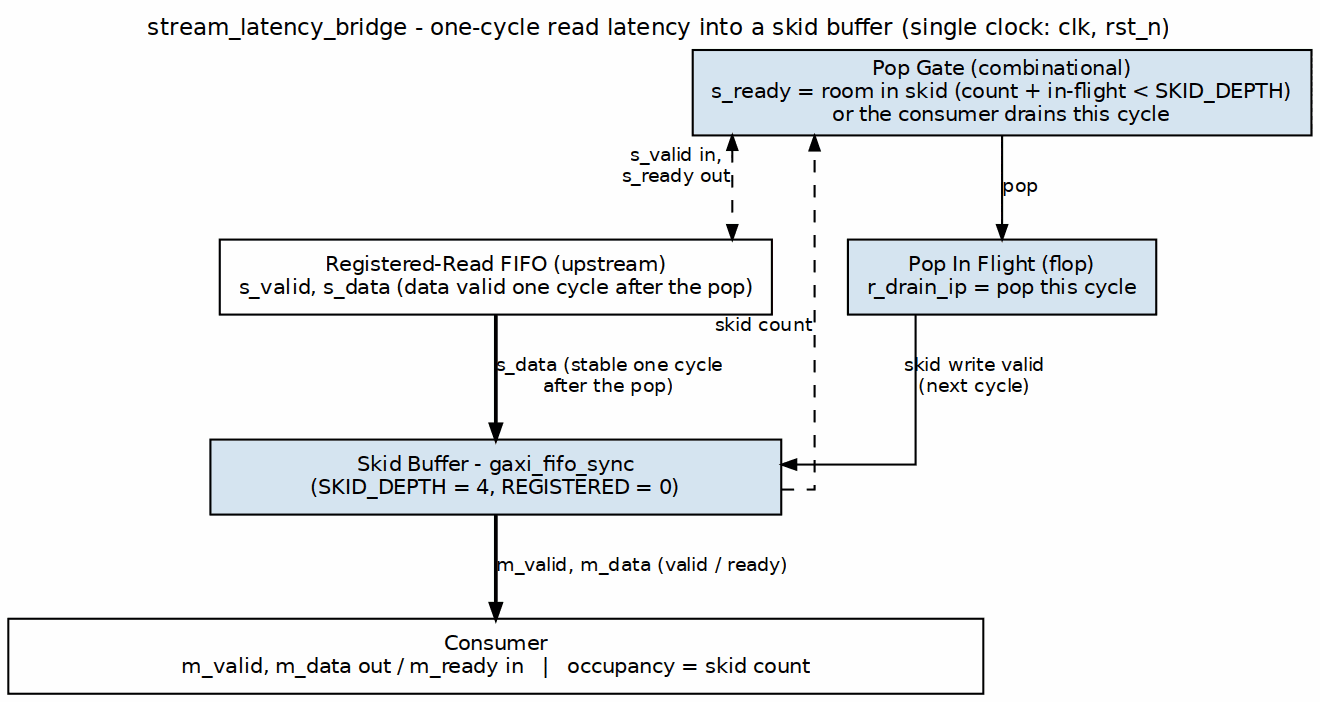
Before: projects/components/dma-ip/stream/docs/stream_mas/assets/graphviz/06_stream_latency_bridge.png, a diagram exported from Graphviz (sean-galloway/RTLDesignSherpa). Its source is kept beside it as projects/components/dma-ip/stream/docs/stream_mas/assets/graphviz/06_stream_latency_bridge.dot. Source of this version:
```dot
digraph stream_latency_bridge {
    graph [rankdir=TB, bgcolor="white", fontname="Helvetica", fontsize=11,
           nodesep="0.50", ranksep="0.55", splines=ortho,
           label="stream_latency_bridge - one-cycle read latency into a skid buffer (single clock: clk, rst_n)",
           labelloc=t, labeljust=c];
    node  [fontname="Helvetica", fontsize=10, shape=box, style=filled,
           fillcolor="#D6E4F0", color="black", margin="0.12,0.06"];
    edge  [fontname="Helvetica", fontsize=9, color="black", arrowsize=0.7];

    src  [label="Registered-Read FIFO (upstream)\ns_valid, s_data (data valid one cycle after the pop)", fillcolor="white", group=C];
    gate [label="Pop Gate (combinational)\ns_ready = room in skid (count + in-flight < SKID_DEPTH)\nor the consumer drains this cycle", group=L];
    ip   [label="Pop In Flight (flop)\nr_drain_ip = pop this cycle", group=L];
    skid [label="Skid Buffer - gaxi_fifo_sync\n(SKID_DEPTH = 4, REGISTERED = 0)", width=3.8, group=C];
    bar  [label="Consumer\nm_valid, m_data out / m_ready in   |   occupancy = skid count", fillcolor="white", width=6.5, group=C];

    src  -> skid [label="s_data (stable one cycle\nafter the pop)", penwidth=1.8];
    gate -> src  [dir=both, style=dashed, xlabel="s_valid in,\ns_ready out"];
    gate -> ip   [label="pop"];
    ip   -> skid [label="skid write valid\n(next cycle)"];
    skid -> gate [style=dashed, constraint=false, xlabel="skid count"];
    skid -> bar  [label="m_valid, m_data (valid / ready)", penwidth=1.8];
    { rank=same; gate; }
    { rank=same; src; }
}
```
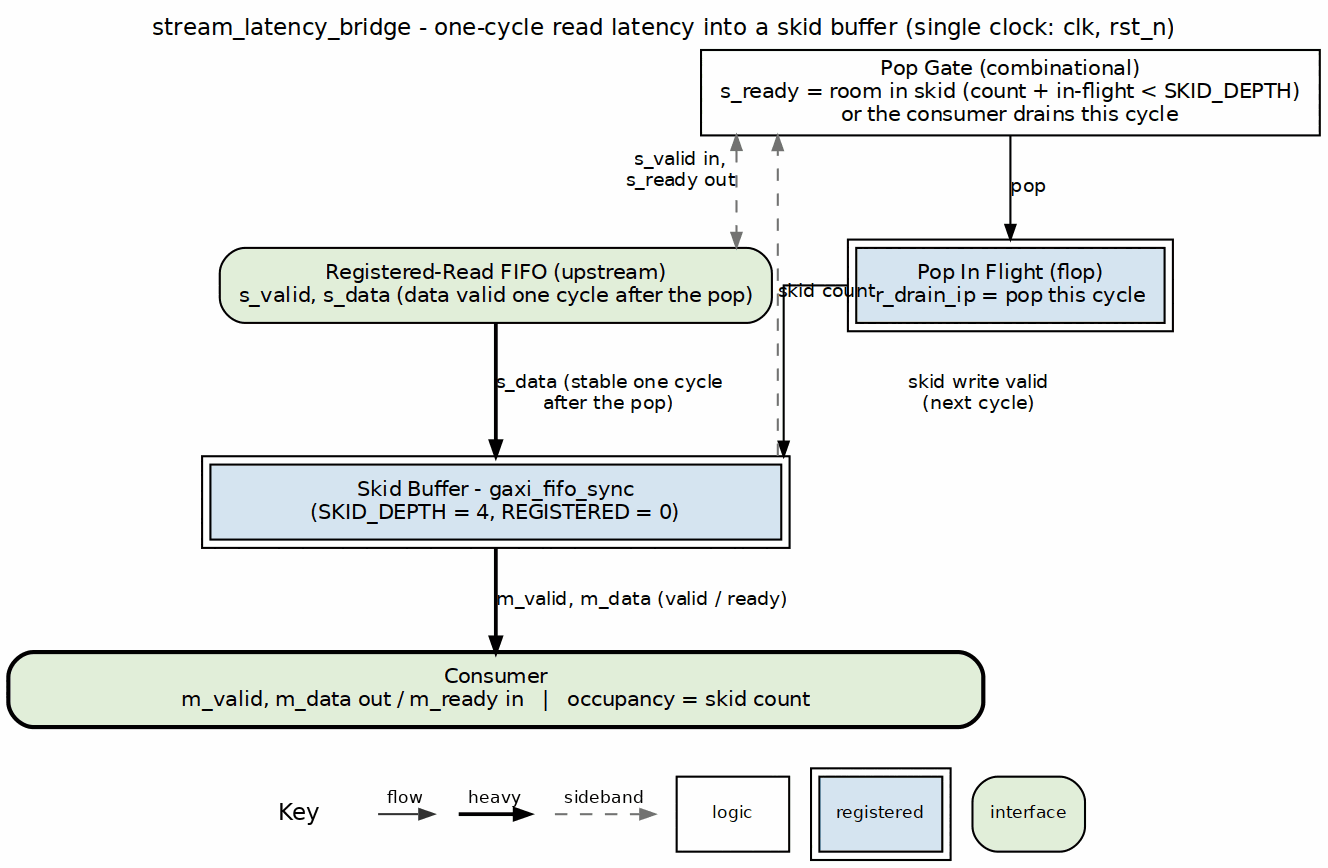
Later version of the same file.

What changed in the source:
```diff
@@ -4,20 +4,20 @@
            label="stream_latency_bridge - one-cycle read latency into a skid buffer (single clock: clk, rst_n)",
            labelloc=t, labeljust=c];
     node  [fontname="Helvetica", fontsize=10, shape=box, style=filled,
-           fillcolor="#D6E4F0", color="black", margin="0.12,0.06"];
+           fillcolor="white", color="black", margin="0.12,0.06"];
     edge  [fontname="Helvetica", fontsize=9, color="black", arrowsize=0.7];
 
-    src  [label="Registered-Read FIFO (upstream)\ns_valid, s_data (data valid one cycle after the pop)", fillcolor="white", group=C];
-    gate [label="Pop Gate (combinational)\ns_ready = room in skid (count + in-flight < SKID_DEPTH)\nor the consumer drains this cycle", group=L];
-    ip   [label="Pop In Flight (flop)\nr_drain_ip = pop this cycle", group=L];
-    skid [label="Skid Buffer - gaxi_fifo_sync\n(SKID_DEPTH = 4, REGISTERED = 0)", width=3.8, group=C];
-    bar  [label="Consumer\nm_valid, m_data out / m_ready in   |   occupancy = skid count", fillcolor="white", width=6.5, group=C];
+    src  [label="Registered-Read FIFO (upstream)\ns_valid, s_data (data valid one cycle after the pop)", fillcolor="white", group=C, style="rounded,filled", fillcolor="#E2EFDA"];
+    gate [label="Pop Gate (combinational)\ns_ready = room in skid (count + in-flight < SKID_DEPTH)\nor the consumer drains this cycle", group=L, style="filled", fillcolor="white"];
+    ip   [label="Pop In Flight (flop)\nr_drain_ip = pop this cycle", group=L, peripheries=2, style="filled", fillcolor="#D6E4F0"];
+    skid [label="Skid Buffer - gaxi_fifo_sync\n(SKID_DEPTH = 4, REGISTERED = 0)", width=3.8, group=C, peripheries=2, style="filled", fillcolor="#D6E4F0"];
+    bar  [label="Consumer\nm_valid, m_data out / m_ready in   |   occupancy = skid count", fillcolor="white", width=6.5, group=C, style="rounded,filled,bold", fillcolor="#E2EFDA"];
 
     src  -> skid [label="s_data (stable one cycle\nafter the pop)", penwidth=1.8];
-    gate -> src  [dir=both, style=dashed, xlabel="s_valid in,\ns_ready out"];
+    gate -> src  [dir=both, style=dashed, color="#777777", xlabel="s_valid in,\ns_ready out"];
     gate -> ip   [label="pop"];
     ip   -> skid [label="skid write valid\n(next cycle)"];
-    skid -> gate [style=dashed, constraint=false, xlabel="skid count"];
+    skid -> gate [style=dashed, color="#777777", constraint=false, xlabel="skid count"];
     skid -> bar  [label="m_valid, m_data (valid / ready)", penwidth=1.8];
     { rank=same; gate; }
     { rank=same; src; }
```
